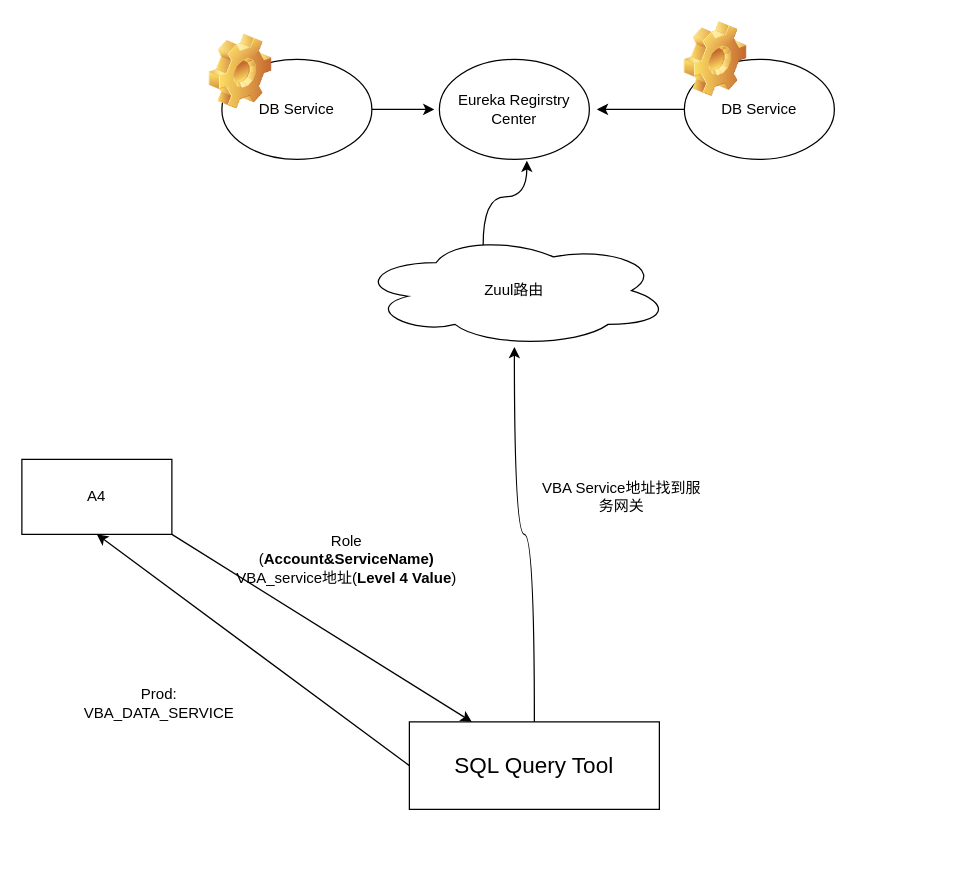
Earlier version of the draw.io diagram Untitled Diagram.drawio (1092682749/Myblog). Source tidied: cells renumbered, new cells numbered last; positions are measured from the earlier drawing's top-left corner, leaving out a move shared by most shapes. Both pictures are drawn from the tidied source at 125%, with x=0, y=0 at pixel (21, 21).
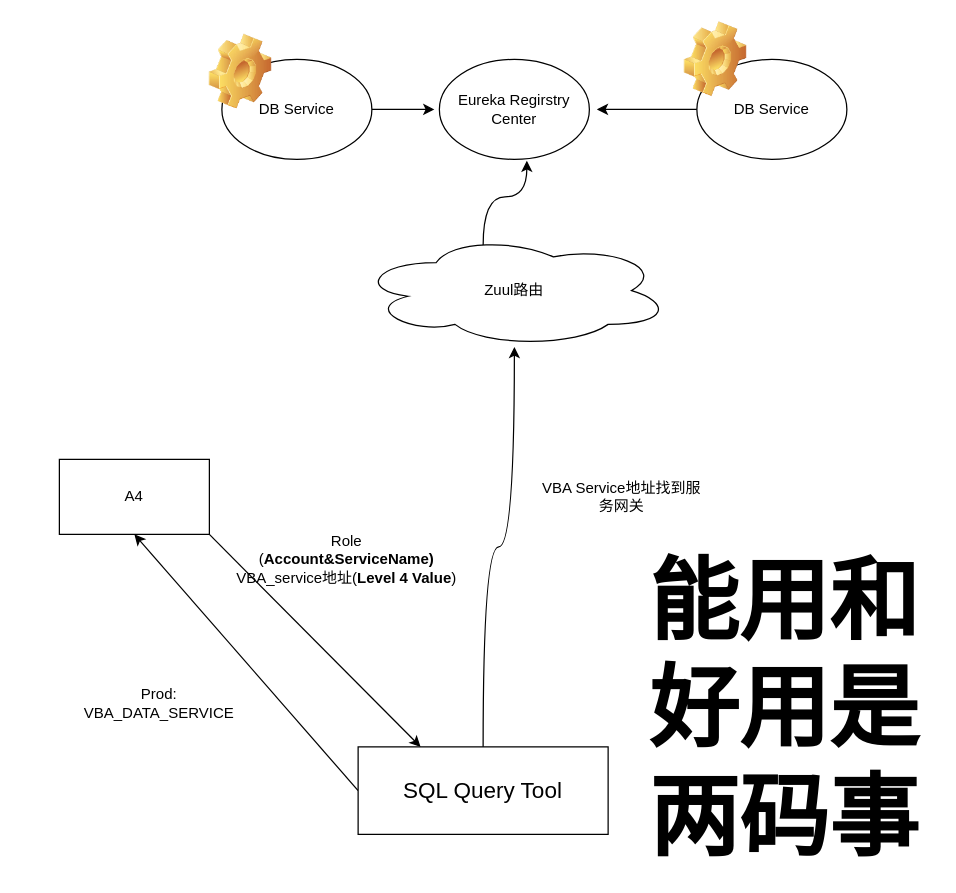
Above is the later version.

Change to the diagram source:
```diff
@@
     <mxCell id="7" value="&lt;font style=&quot;font-size: 18px&quot;&gt;SQL Query Tool&lt;/font&gt;" style="rounded=0;whiteSpace=wrap;html=1;" parent="1" vertex="1">
-      <mxGeometry x="310" y="560" width="200" height="70" as="geometry" />
+      <mxGeometry x="269" y="580" width="200" height="70" as="geometry" />
     </mxCell>
@@
     <mxCell id="11" value="DB Service" style="ellipse;whiteSpace=wrap;html=1;" parent="1" vertex="1">
-      <mxGeometry x="530" y="30" width="120" height="80" as="geometry" />
+      <mxGeometry x="540" y="30" width="120" height="80" as="geometry" />
     </mxCell>
@@
     <mxCell id="15" value="A4" style="rounded=0;whiteSpace=wrap;html=1;" parent="1" vertex="1">
-      <mxGeometry y="350" width="120" height="60" as="geometry" />
+      <mxGeometry x="30" y="350" width="120" height="60" as="geometry" />
     </mxCell>
@@
+    <mxCell id="19" value="&lt;b&gt;&lt;font style=&quot;font-size: 72px&quot;&gt;能用和好用是两码事&lt;/font&gt;&lt;/b&gt;" style="text;html=1;strokeColor=none;fillColor=none;align=center;verticalAlign=middle;whiteSpace=wrap;rounded=0;" parent="1" vertex="1">
+      <mxGeometry x="490" y="420" width="240" height="260" as="geometry" />
+    </mxCell>
```
